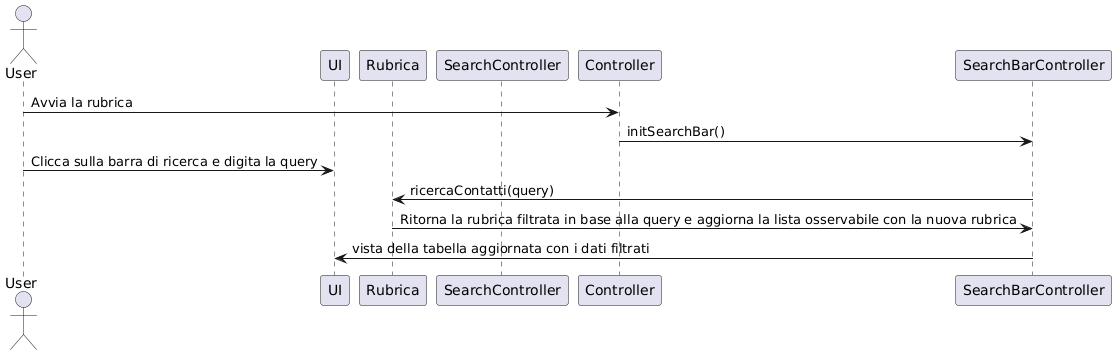
Mnaim03/Contact-List keeps this PlantUML diagram as Documentazione e Consegne/Design/Sequence Diagram/ricercaContattoSequenceDiagram.png. Above is the earlier version.
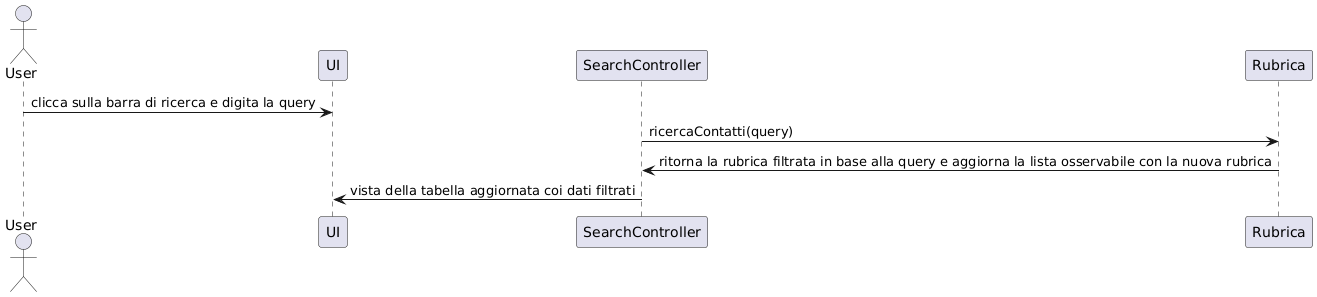
Above is the later version.

Diff of the diagram source:
```diff
@@ -1,16 +1,15 @@
 @startuml
 actor User
 participant UI
+participant SearchController
 participant Rubrica
-participant SearchController
-participant Controller
 
 
 
-User -> Controller : Avvia la rubrica
-Controller->SearchBarController : initSearchBar()
-User -> UI: Clicca sulla barra di ricerca e digita la query
-SearchBarController->Rubrica:ricercaContatti(query)
-Rubrica->SearchBarController: Ritorna la rubrica filtrata in base alla query e aggiorna la lista osservabile con la nuova rubrica
-SearchBarController->UI:  vista della tabella aggiornata con i dati filtrati
+
+
+User -> UI : clicca sulla barra di ricerca e digita la query
+SearchController -> Rubrica : ricercaContatti(query)
+Rubrica -> SearchController  : ritorna la rubrica filtrata in base alla query e aggiorna la lista osservabile con la nuova rubrica
+SearchController -> UI : vista della tabella aggiornata coi dati filtrati
 @enduml
```
